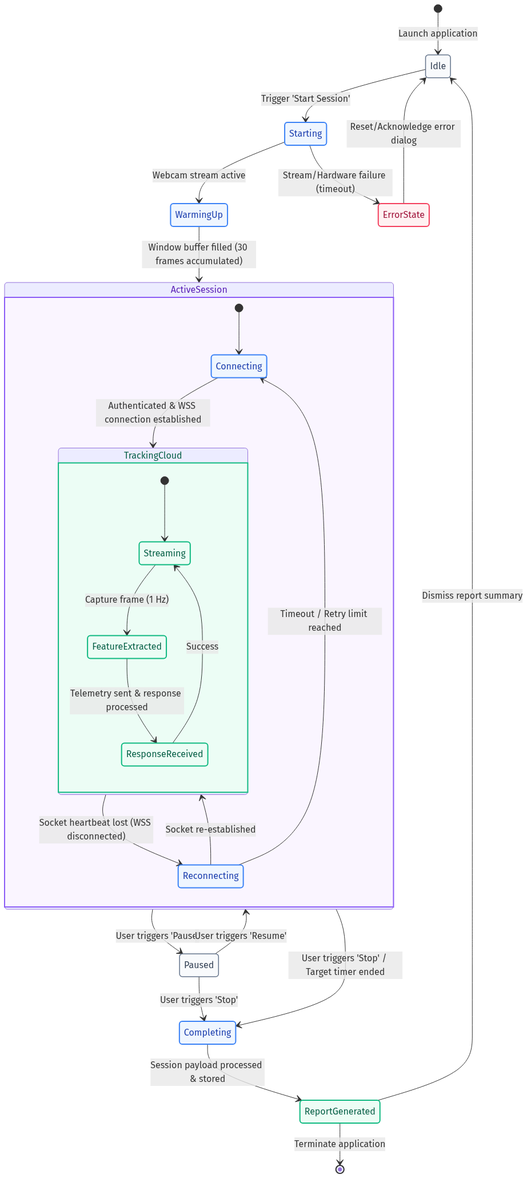
Earlier version of the Mermaid export docs/uml/rendered/05_session_state.png (nguyenhoangviethung/FocusTracker). Its source is kept beside it as docs/uml/05_session_state.mmd. Its diagram source:
```mermaid
stateDiagram-v2
    [*] --> Idle : Launch application

    Idle --> Starting : Trigger 'Start Session'

    Starting --> WarmingUp : Webcam stream active
    Starting --> ErrorState : Stream/Hardware failure (timeout)

    ErrorState --> Idle : Reset/Acknowledge error dialog

    WarmingUp --> ActiveSession : Window buffer filled (30 frames accumulated)

    state ActiveSession {
        [*] --> Connecting
        Connecting --> TrackingCloud : Authenticated & WSS connection established

        state TrackingCloud {
            [*] --> Streaming
            Streaming --> FeatureExtracted : Capture frame (1 Hz)
            FeatureExtracted --> ResponseReceived : Telemetry sent & response processed
            ResponseReceived --> Streaming : Success
        }

        TrackingCloud --> Reconnecting : Socket heartbeat lost (WSS disconnected)
        Reconnecting --> TrackingCloud : Socket re-established
        Reconnecting --> Connecting : Timeout / Retry limit reached
    }

    ActiveSession --> Paused : User triggers 'Pause'
    Paused --> ActiveSession : User triggers 'Resume'

    ActiveSession --> Completing : User triggers 'Stop' / Target timer ended
    Paused --> Completing : User triggers 'Stop'

    Completing --> ReportGenerated : Session payload processed & stored

    ReportGenerated --> Idle : Dismiss report summary
    ReportGenerated --> [*] : Terminate application

    classDef normalState fill:#F8FAFC,stroke:#64748B,stroke-width:1.5px,color:#334155
    classDef greenState fill:#ECFDF5,stroke:#10B981,stroke-width:2px,color:#065F46
    classDef blueState fill:#EFF6FF,stroke:#3B82F6,stroke-width:2px,color:#1E40AF
    classDef redState fill:#FFF1F2,stroke:#F43F5E,stroke-width:2px,color:#9F1239
    classDef compositeState fill:#FAF5FF,stroke:#8B5CF6,stroke-width:2px,color:#5B21B6

    class Idle,Paused normalState
    class Starting,WarmingUp,Connecting,Reconnecting,Completing blueState
    class TrackingCloud,Streaming,FeatureExtracted,ResponseReceived,ReportGenerated greenState
    class ErrorState redState
    class ActiveSession compositeState
```
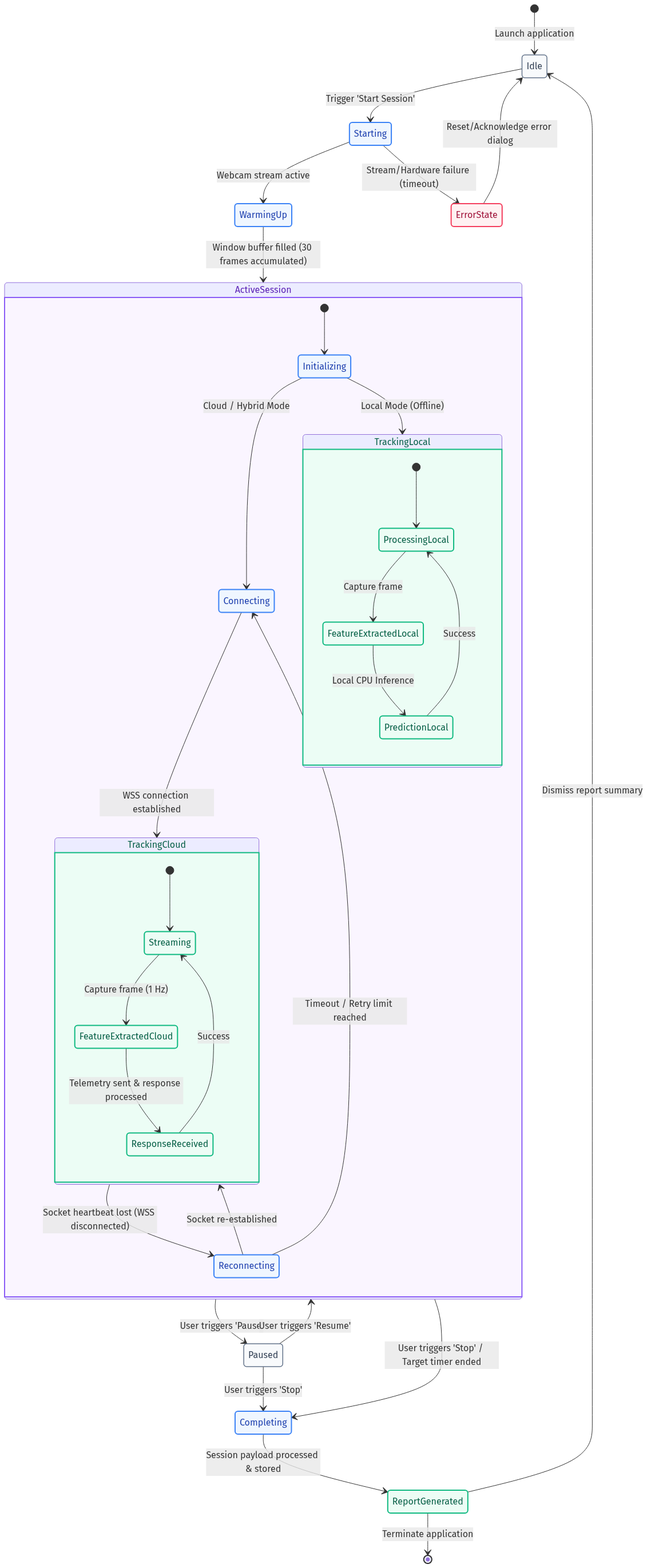
The same diagram one commit later.

Diff of the diagram source:
```diff
@@ -11,13 +11,22 @@
     WarmingUp --> ActiveSession : Window buffer filled (30 frames accumulated)
 
     state ActiveSession {
-        [*] --> Connecting
-        Connecting --> TrackingCloud : Authenticated & WSS connection established
+        [*] --> Initializing
+        Initializing --> TrackingLocal : Local Mode (Offline)
+        Initializing --> Connecting : Cloud / Hybrid Mode
+        Connecting --> TrackingCloud : WSS connection established
+
+        state TrackingLocal {
+            [*] --> ProcessingLocal
+            ProcessingLocal --> FeatureExtractedLocal : Capture frame
+            FeatureExtractedLocal --> PredictionLocal : Local CPU Inference
+            PredictionLocal --> ProcessingLocal : Success
+        }
 
         state TrackingCloud {
             [*] --> Streaming
-            Streaming --> FeatureExtracted : Capture frame (1 Hz)
-            FeatureExtracted --> ResponseReceived : Telemetry sent & response processed
+            Streaming --> FeatureExtractedCloud : Capture frame (1 Hz)
+            FeatureExtractedCloud --> ResponseReceived : Telemetry sent & response processed
             ResponseReceived --> Streaming : Success
         }
 
@@ -44,7 +53,7 @@
     classDef compositeState fill:#FAF5FF,stroke:#8B5CF6,stroke-width:2px,color:#5B21B6
 
     class Idle,Paused normalState
-    class Starting,WarmingUp,Connecting,Reconnecting,Completing blueState
-    class TrackingCloud,Streaming,FeatureExtracted,ResponseReceived,ReportGenerated greenState
+    class Starting,WarmingUp,Connecting,Reconnecting,Completing,Initializing blueState
+    class TrackingCloud,Streaming,FeatureExtractedCloud,ResponseReceived,ReportGenerated,TrackingLocal,ProcessingLocal,FeatureExtractedLocal,PredictionLocal greenState
     class ErrorState redState
     class ActiveSession compositeState
```
